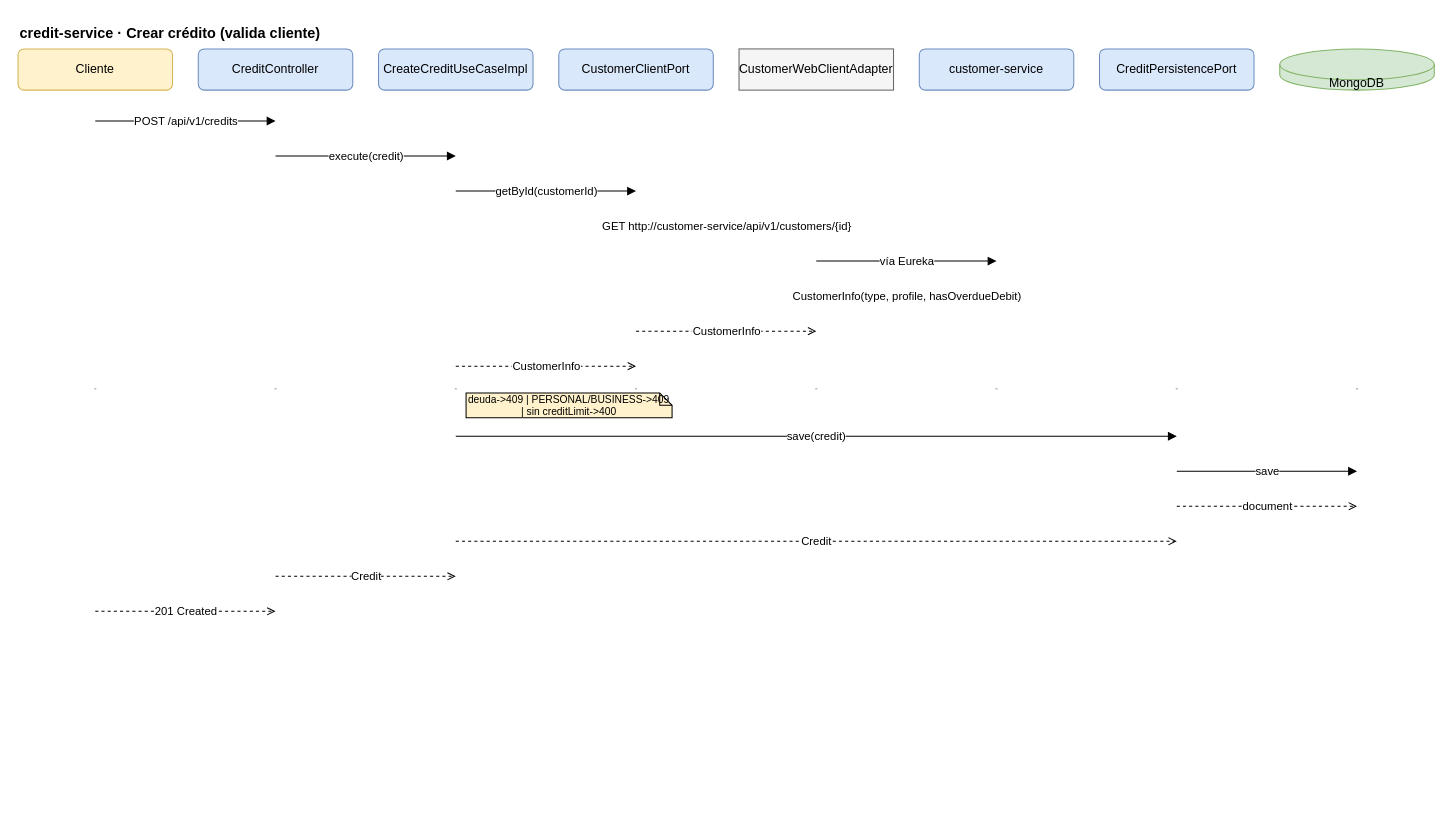
Above: docs/diagrams/drawio/07-credit-crear.drawio in Zairex-Code/financial-core (draw.io), before the change. Source tidied: cells renumbered, new cells numbered last; positions are measured from the earlier drawing's top-left corner, leaving out a move shared by most shapes. Both pictures are drawn from the tidied source at 103%, with x=0, y=0 at pixel (18, 18).
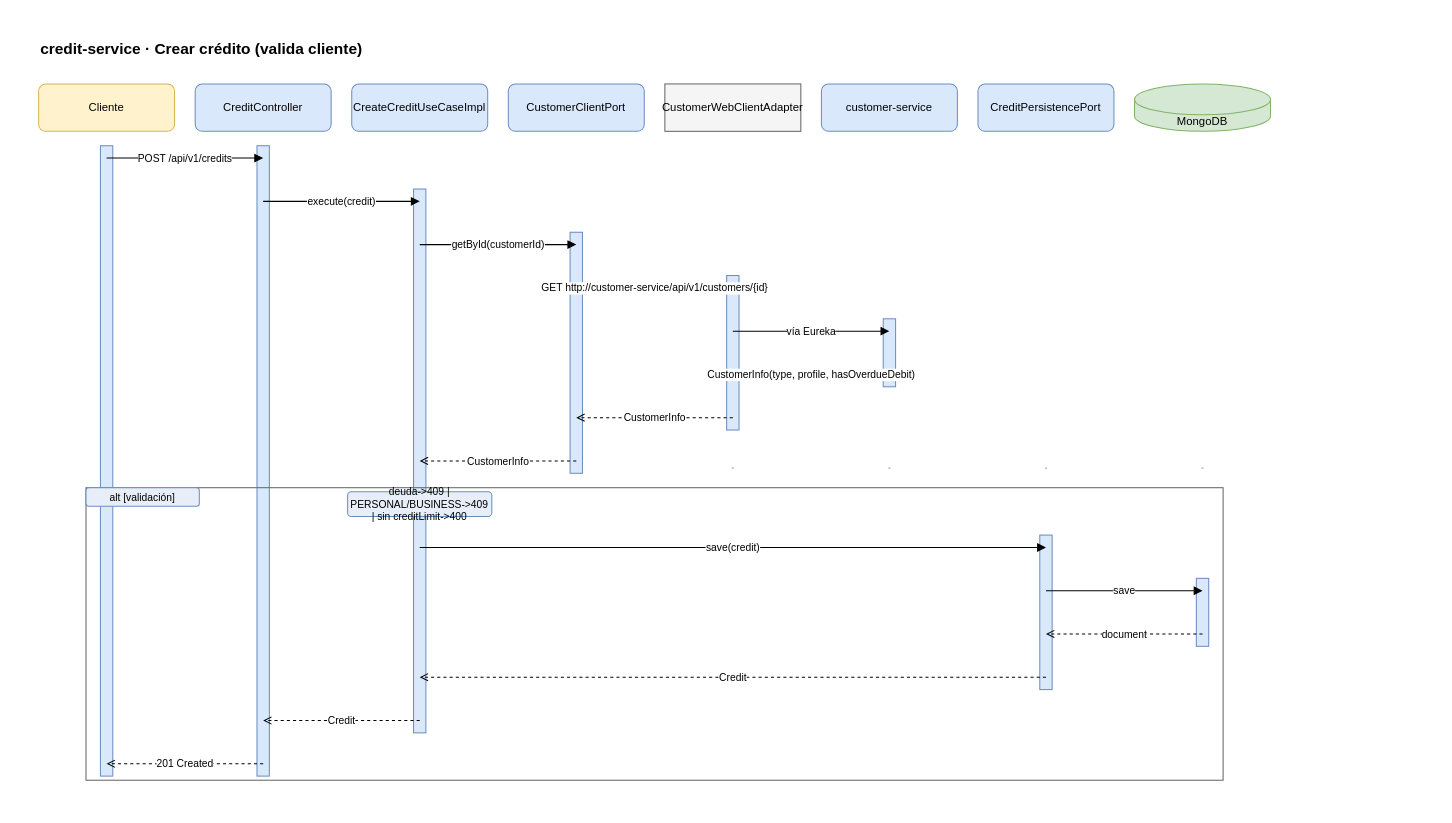
The same diagram, later.

Diff of the diagram source:
```diff
@@
+    <mxCell id="10" value="credit-service · Crear crédito (valida cliente)" style="text;html=1;align=left;fontSize=15;fontStyle=1;" parent="1" vertex="1">
+      <mxGeometry x="20" y="14" width="900" height="24" as="geometry" />
+    </mxCell>
-    <mxCell id="2" value="Cliente" style="rounded=1;whiteSpace=wrap;html=1;fillColor=#fff2cc;strokeColor=#d6b656;fontSize=12;" parent="1" vertex="1">
-      <mxGeometry y="30" width="150" height="40" as="geometry" />
+    <mxCell id="2" value="Cliente" style="rounded=1;whiteSpace=wrap;html=1;fillColor=#fff2cc;strokeColor=#d6b656;fontSize=11;" parent="1" vertex="1">
+      <mxGeometry x="20" y="64" width="132" height="46" as="geometry" />
     </mxCell>
-    <mxCell id="3" value="CreditController" style="rounded=1;whiteSpace=wrap;html=1;fillColor=#dae8fc;strokeColor=#6c8ebf;fontSize=12;" parent="1" vertex="1">
-      <mxGeometry x="175" y="30" width="150" height="40" as="geometry" />
+    <mxCell id="3" value="CreditController" style="rounded=1;whiteSpace=wrap;html=1;fillColor=#dae8fc;strokeColor=#6c8ebf;fontSize=11;fontStyle=0;" parent="1" vertex="1">
+      <mxGeometry x="172" y="64" width="132" height="46" as="geometry" />
     </mxCell>
-    <mxCell id="4" value="CreateCreditUseCaseImpl" style="rounded=1;whiteSpace=wrap;html=1;fillColor=#dae8fc;strokeColor=#6c8ebf;fontSize=12;" parent="1" vertex="1">
-      <mxGeometry x="350" y="30" width="150" height="40" as="geometry" />
+    <mxCell id="4" value="CreateCreditUseCaseImpl" style="rounded=1;whiteSpace=wrap;html=1;fillColor=#dae8fc;strokeColor=#6c8ebf;fontSize=11;fontStyle=0;" parent="1" vertex="1">
+      <mxGeometry x="324" y="64" width="132" height="46" as="geometry" />
     </mxCell>
-    <mxCell id="5" value="CustomerClientPort" style="rounded=1;whiteSpace=wrap;html=1;fillColor=#dae8fc;strokeColor=#6c8ebf;fontSize=12;" parent="1" vertex="1">
-      <mxGeometry x="525" y="30" width="150" height="40" as="geometry" />
+    <mxCell id="5" value="CustomerClientPort" style="rounded=1;whiteSpace=wrap;html=1;fillColor=#dae8fc;strokeColor=#6c8ebf;fontSize=11;fontStyle=0;" parent="1" vertex="1">
+      <mxGeometry x="476" y="64" width="132" height="46" as="geometry" />
     </mxCell>
-    <mxCell id="6" value="CustomerWebClientAdapter" style="whiteSpace=wrap;html=1;fillColor=#f5f5f5;strokeColor=#666666;fontSize=12;" parent="1" vertex="1">
-      <mxGeometry x="700" y="30" width="150" height="40" as="geometry" />
+    <mxCell id="6" value="CustomerWebClientAdapter" style="whiteSpace=wrap;html=1;fillColor=#f5f5f5;strokeColor=#666666;fontSize=11;" parent="1" vertex="1">
+      <mxGeometry x="628" y="64" width="132" height="46" as="geometry" />
     </mxCell>
-    <mxCell id="7" value="customer-service" style="rounded=1;whiteSpace=wrap;html=1;fillColor=#dae8fc;strokeColor=#6c8ebf;fontSize=12;" parent="1" vertex="1">
-      <mxGeometry x="875" y="30" width="150" height="40" as="geometry" />
+    <mxCell id="7" value="customer-service" style="rounded=1;whiteSpace=wrap;html=1;fillColor=#dae8fc;strokeColor=#6c8ebf;fontSize=11;fontStyle=0;" parent="1" vertex="1">
+      <mxGeometry x="780" y="64" width="132" height="46" as="geometry" />
     </mxCell>
-    <mxCell id="8" value="CreditPersistencePort" style="rounded=1;whiteSpace=wrap;html=1;fillColor=#dae8fc;strokeColor=#6c8ebf;fontSize=12;" parent="1" vertex="1">
-      <mxGeometry x="1050" y="30" width="150" height="40" as="geometry" />
+    <mxCell id="8" value="CreditPersistencePort" style="rounded=1;whiteSpace=wrap;html=1;fillColor=#dae8fc;strokeColor=#6c8ebf;fontSize=11;fontStyle=0;" parent="1" vertex="1">
+      <mxGeometry x="932" y="64" width="132" height="46" as="geometry" />
     </mxCell>
-    <mxCell id="9" value="MongoDB" style="shape=cylinder3;whiteSpace=wrap;html=1;fillColor=#d5e8d4;strokeColor=#82b366;boundedLbl=1;backgroundOutline=1;size=15;fontSize=12;" parent="1" vertex="1">
-      <mxGeometry x="1225" y="30" width="150" height="40" as="geometry" />
+    <mxCell id="9" value="MongoDB" style="shape=cylinder3;whiteSpace=wrap;html=1;fillColor=#d5e8d4;strokeColor=#82b366;boundedLbl=1;backgroundOutline=1;size=15;fontSize=11;" parent="1" vertex="1">
+      <mxGeometry x="1084" y="64" width="132" height="46" as="geometry" />
     </mxCell>
-    <mxCell id="10" value="credit-service · Crear crédito (valida cliente)" style="text;html=1;align=left;fontSize=14;fontStyle=1;" parent="1" vertex="1">
-      <mxGeometry width="400" height="20" as="geometry" />
-    </mxCell>
     <mxCell id="11" style="shape=line;strokeColor=#999999;dashed=1;html=1;" parent="1" vertex="1">
-      <mxGeometry x="74" y="70" width="2" height="580" as="geometry" />
+      <mxGeometry x="85" y="110" width="2" height="654" as="geometry" />
     </mxCell>
     <mxCell id="12" style="shape=line;strokeColor=#999999;dashed=1;html=1;" parent="1" vertex="1">
-      <mxGeometry x="249" y="70" width="2" height="580" as="geometry" />
+      <mxGeometry x="237" y="110" width="2" height="654" as="geometry" />
     </mxCell>
     <mxCell id="13" style="shape=line;strokeColor=#999999;dashed=1;html=1;" parent="1" vertex="1">
-      <mxGeometry x="424" y="70" width="2" height="580" as="geometry" />
+      <mxGeometry x="389" y="110" width="2" height="654" as="geometry" />
     </mxCell>
     <mxCell id="14" style="shape=line;strokeColor=#999999;dashed=1;html=1;" parent="1" vertex="1">
-      <mxGeometry x="599" y="70" width="2" height="580" as="geometry" />
+      <mxGeometry x="541" y="110" width="2" height="654" as="geometry" />
     </mxCell>
     <mxCell id="15" style="shape=line;strokeColor=#999999;dashed=1;html=1;" parent="1" vertex="1">
-      <mxGeometry x="774" y="70" width="2" height="580" as="geometry" />
+      <mxGeometry x="693" y="110" width="2" height="654" as="geometry" />
     </mxCell>
     <mxCell id="16" style="shape=line;strokeColor=#999999;dashed=1;html=1;" parent="1" vertex="1">
-      <mxGeometry x="949" y="70" width="2" height="580" as="geometry" />
+      <mxGeometry x="845" y="110" width="2" height="654" as="geometry" />
     </mxCell>
     <mxCell id="17" style="shape=line;strokeColor=#999999;dashed=1;html=1;" parent="1" vertex="1">
-      <mxGeometry x="1124" y="70" width="2" height="580" as="geometry" />
+      <mxGeometry x="997" y="110" width="2" height="654" as="geometry" />
     </mxCell>
     <mxCell id="18" style="shape=line;strokeColor=#999999;dashed=1;html=1;" parent="1" vertex="1">
-      <mxGeometry x="1299" y="70" width="2" height="580" as="geometry" />
+      <mxGeometry x="1149" y="110" width="2" height="654" as="geometry" />
     </mxCell>
-    <mxCell id="19" value="deuda-&gt;409 | PERSONAL/BUSINESS-&gt;409 | sin creditLimit-&gt;400" style="shape=note;whiteSpace=wrap;html=1;backgroundOutline=1;size=12;fillColor=#fff2cc;fontSize=10;" parent="1" vertex="1">
-      <mxGeometry x="435" y="364" width="200" height="24" as="geometry" />
-    </mxCell>
+    <mxCell id="34" style="rounded=0;html=1;fillColor=#dae8fc;strokeColor=#6c8ebf;" parent="1" vertex="1">
+      <mxGeometry x="80" y="124" width="12" height="612" as="geometry" />
+    </mxCell>
+    <mxCell id="35" style="rounded=0;html=1;fillColor=#dae8fc;strokeColor=#6c8ebf;" parent="1" vertex="1">
+      <mxGeometry x="232" y="124" width="12" height="612" as="geometry" />
+    </mxCell>
+    <mxCell id="36" style="rounded=0;html=1;fillColor=#dae8fc;strokeColor=#6c8ebf;" parent="1" vertex="1">
+      <mxGeometry x="384" y="166" width="12" height="528" as="geometry" />
+    </mxCell>
+    <mxCell id="37" style="rounded=0;html=1;fillColor=#dae8fc;strokeColor=#6c8ebf;" parent="1" vertex="1">
+      <mxGeometry x="536" y="208" width="12" height="234" as="geometry" />
+    </mxCell>
+    <mxCell id="38" style="rounded=0;html=1;fillColor=#dae8fc;strokeColor=#6c8ebf;" parent="1" vertex="1">
+      <mxGeometry x="688" y="250" width="12" height="150" as="geometry" />
+    </mxCell>
+    <mxCell id="39" style="rounded=0;html=1;fillColor=#dae8fc;strokeColor=#6c8ebf;" parent="1" vertex="1">
+      <mxGeometry x="840" y="292" width="12" height="66" as="geometry" />
+    </mxCell>
+    <mxCell id="40" style="rounded=0;html=1;fillColor=#dae8fc;strokeColor=#6c8ebf;" parent="1" vertex="1">
+      <mxGeometry x="992" y="502" width="12" height="150" as="geometry" />
+    </mxCell>
+    <mxCell id="41" style="rounded=0;html=1;fillColor=#dae8fc;strokeColor=#6c8ebf;" parent="1" vertex="1">
+      <mxGeometry x="1144" y="544" width="12" height="66" as="geometry" />
+    </mxCell>
+    <mxCell id="42" style="rounded=0;whiteSpace=wrap;html=1;fillColor=none;strokeColor=#666666;fontSize=10;verticalAlign=top;" parent="1" vertex="1">
+      <mxGeometry x="66" y="456" width="1104" height="284" as="geometry" />
+    </mxCell>
+    <mxCell id="43" value="alt [validación]" style="rounded=1;whiteSpace=wrap;html=1;fillColor=#e8eef7;strokeColor=#6c8ebf;fontSize=10;" parent="1" vertex="1">
+      <mxGeometry x="66" y="456" width="110" height="18" as="geometry" />
+    </mxCell>
-    <mxCell id="20" value="POST /api/v1/credits" style="edgeStyle=orthogonalEdgeStyle;rounded=0;html=1;endArrow=block;fontSize=11;" parent="1" edge="1">
+    <mxCell id="20" value="POST /api/v1/credits" style="edgeStyle=orthogonalEdgeStyle;rounded=0;html=1;endArrow=block;fontSize=10;labelBackgroundColor=#ffffff;" parent="1" edge="1">
       <mxGeometry relative="1" as="geometry">
-        <mxPoint x="75" y="100" as="sourcePoint" />
-        <mxPoint x="250" y="100" as="targetPoint" />
+        <mxPoint x="86" y="136" as="sourcePoint" />
+        <mxPoint x="238" y="136" as="targetPoint" />
       </mxGeometry>
     </mxCell>
-    <mxCell id="21" value="execute(credit)" style="edgeStyle=orthogonalEdgeStyle;rounded=0;html=1;endArrow=block;fontSize=11;" parent="1" edge="1">
+    <mxCell id="21" value="execute(credit)" style="edgeStyle=orthogonalEdgeStyle;rounded=0;html=1;endArrow=block;fontSize=10;labelBackgroundColor=#ffffff;" parent="1" edge="1">
       <mxGeometry relative="1" as="geometry">
-        <mxPoint x="250" y="134" as="sourcePoint" />
-        <mxPoint x="425" y="134" as="targetPoint" />
+        <mxPoint x="238" y="178" as="sourcePoint" />
+        <mxPoint x="390" y="178" as="targetPoint" />
       </mxGeometry>
     </mxCell>
-    <mxCell id="22" value="getById(customerId)" style="edgeStyle=orthogonalEdgeStyle;rounded=0;html=1;endArrow=block;fontSize=11;" parent="1" edge="1">
+    <mxCell id="22" value="getById(customerId)" style="edgeStyle=orthogonalEdgeStyle;rounded=0;html=1;endArrow=block;fontSize=10;labelBackgroundColor=#ffffff;" parent="1" edge="1">
       <mxGeometry relative="1" as="geometry">
-        <mxPoint x="425" y="168" as="sourcePoint" />
-        <mxPoint x="600" y="168" as="targetPoint" />
+        <mxPoint x="390" y="220" as="sourcePoint" />
+        <mxPoint x="542" y="220" as="targetPoint" />
       </mxGeometry>
     </mxCell>
-    <mxCell id="23" value="GET http://customer-service/api/v1/customers/{id}" style="edgeStyle=orthogonalEdgeStyle;rounded=0;html=1;endArrow=block;fontSize=11;" parent="1" edge="1">
+    <mxCell id="23" value="GET http://customer-service/api/v1/customers/{id}" style="edgeStyle=orthogonalEdgeStyle;rounded=0;html=1;endArrow=block;fontSize=10;labelBackgroundColor=#ffffff;" parent="1" edge="1">
       <mxGeometry relative="1" as="geometry">
-        <mxPoint x="600" y="202" as="sourcePoint" />
-        <mxPoint x="775" y="202" as="targetPoint" />
+        <mxPoint x="542" y="262" as="sourcePoint" />
+        <mxPoint x="694" y="262" as="targetPoint" />
       </mxGeometry>
     </mxCell>
-    <mxCell id="24" value="vía Eureka" style="edgeStyle=orthogonalEdgeStyle;rounded=0;html=1;endArrow=block;fontSize=11;" parent="1" edge="1">
+    <mxCell id="24" value="vía Eureka" style="edgeStyle=orthogonalEdgeStyle;rounded=0;html=1;endArrow=block;fontSize=10;labelBackgroundColor=#ffffff;" parent="1" edge="1">
       <mxGeometry relative="1" as="geometry">
-        <mxPoint x="775" y="236" as="sourcePoint" />
-        <mxPoint x="950" y="236" as="targetPoint" />
+        <mxPoint x="694" y="304" as="sourcePoint" />
+        <mxPoint x="846" y="304" as="targetPoint" />
       </mxGeometry>
     </mxCell>
-    <mxCell id="25" value="CustomerInfo(type, profile, hasOverdueDebit)" style="edgeStyle=orthogonalEdgeStyle;rounded=0;html=1;dashed=1;endArrow=open;fontSize=11;" parent="1" edge="1">
+    <mxCell id="25" value="CustomerInfo(type, profile, hasOverdueDebit)" style="edgeStyle=orthogonalEdgeStyle;rounded=0;html=1;dashed=1;endArrow=open;fontSize=10;labelBackgroundColor=#ffffff;" parent="1" edge="1">
       <mxGeometry relative="1" as="geometry">
-        <mxPoint x="775" y="270" as="sourcePoint" />
-        <mxPoint x="950" y="270" as="targetPoint" />
+        <mxPoint x="846" y="346" as="sourcePoint" />
+        <mxPoint x="694" y="346" as="targetPoint" />
       </mxGeometry>
     </mxCell>
-    <mxCell id="26" value="CustomerInfo" style="edgeStyle=orthogonalEdgeStyle;rounded=0;html=1;dashed=1;endArrow=open;fontSize=11;" parent="1" edge="1">
+    <mxCell id="26" value="CustomerInfo" style="edgeStyle=orthogonalEdgeStyle;rounded=0;html=1;dashed=1;endArrow=open;fontSize=10;labelBackgroundColor=#ffffff;" parent="1" edge="1">
       <mxGeometry relative="1" as="geometry">
-        <mxPoint x="600" y="304" as="sourcePoint" />
-        <mxPoint x="775" y="304" as="targetPoint" />
+        <mxPoint x="694" y="388" as="sourcePoint" />
+        <mxPoint x="542" y="388" as="targetPoint" />
       </mxGeometry>
     </mxCell>
-    <mxCell id="27" value="CustomerInfo" style="edgeStyle=orthogonalEdgeStyle;rounded=0;html=1;dashed=1;endArrow=open;fontSize=11;" parent="1" edge="1">
+    <mxCell id="27" value="CustomerInfo" style="edgeStyle=orthogonalEdgeStyle;rounded=0;html=1;dashed=1;endArrow=open;fontSize=10;labelBackgroundColor=#ffffff;" parent="1" edge="1">
       <mxGeometry relative="1" as="geometry">
-        <mxPoint x="425" y="338" as="sourcePoint" />
-        <mxPoint x="600" y="338" as="targetPoint" />
+        <mxPoint x="542" y="430" as="sourcePoint" />
+        <mxPoint x="390" y="430" as="targetPoint" />
       </mxGeometry>
     </mxCell>
+    <mxCell id="19" value="deuda-&gt;409 | PERSONAL/BUSINESS-&gt;409 | sin creditLimit-&gt;400" style="rounded=1;whiteSpace=wrap;html=1;fillColor=#e8eef7;strokeColor=#6c8ebf;fontSize=10;" parent="1" vertex="1">
+      <mxGeometry x="320" y="460" width="140" height="24" as="geometry" />
+    </mxCell>
-    <mxCell id="28" value="save(credit)" style="edgeStyle=orthogonalEdgeStyle;rounded=0;html=1;endArrow=block;fontSize=11;" parent="1" edge="1">
+    <mxCell id="28" value="save(credit)" style="edgeStyle=orthogonalEdgeStyle;rounded=0;html=1;endArrow=block;fontSize=10;labelBackgroundColor=#ffffff;" parent="1" edge="1">
       <mxGeometry relative="1" as="geometry">
-        <mxPoint x="425" y="406" as="sourcePoint" />
-        <mxPoint x="1125" y="406" as="targetPoint" />
+        <mxPoint x="390" y="514" as="sourcePoint" />
+        <mxPoint x="998" y="514" as="targetPoint" />
       </mxGeometry>
     </mxCell>
-    <mxCell id="29" value="save" style="edgeStyle=orthogonalEdgeStyle;rounded=0;html=1;endArrow=block;fontSize=11;" parent="1" edge="1">
+    <mxCell id="29" value="save" style="edgeStyle=orthogonalEdgeStyle;rounded=0;html=1;endArrow=block;fontSize=10;labelBackgroundColor=#ffffff;" parent="1" edge="1">
       <mxGeometry relative="1" as="geometry">
-        <mxPoint x="1125" y="440" as="sourcePoint" />
-        <mxPoint x="1300" y="440" as="targetPoint" />
+        <mxPoint x="998" y="556" as="sourcePoint" />
+        <mxPoint x="1150" y="556" as="targetPoint" />
       </mxGeometry>
     </mxCell>
-    <mxCell id="30" value="document" style="edgeStyle=orthogonalEdgeStyle;rounded=0;html=1;dashed=1;endArrow=open;fontSize=11;" parent="1" edge="1">
+    <mxCell id="30" value="document" style="edgeStyle=orthogonalEdgeStyle;rounded=0;html=1;dashed=1;endArrow=open;fontSize=10;labelBackgroundColor=#ffffff;" parent="1" edge="1">
       <mxGeometry relative="1" as="geometry">
-        <mxPoint x="1125" y="474" as="sourcePoint" />
-        <mxPoint x="1300" y="474" as="targetPoint" />
+        <mxPoint x="1150" y="598" as="sourcePoint" />
+        <mxPoint x="998" y="598" as="targetPoint" />
       </mxGeometry>
     </mxCell>
-    <mxCell id="31" value="Credit" style="edgeStyle=orthogonalEdgeStyle;rounded=0;html=1;dashed=1;endArrow=open;fontSize=11;" parent="1" edge="1">
+    <mxCell id="31" value="Credit" style="edgeStyle=orthogonalEdgeStyle;rounded=0;html=1;dashed=1;endArrow=open;fontSize=10;labelBackgroundColor=#ffffff;" parent="1" edge="1">
       <mxGeometry relative="1" as="geometry">
-        <mxPoint x="425" y="508" as="sourcePoint" />
-        <mxPoint x="1125" y="508" as="targetPoint" />
+        <mxPoint x="998" y="640" as="sourcePoint" />
+        <mxPoint x="390" y="640" as="targetPoint" />
       </mxGeometry>
     </mxCell>
-    <mxCell id="32" value="Credit" style="edgeStyle=orthogonalEdgeStyle;rounded=0;html=1;dashed=1;endArrow=open;fontSize=11;" parent="1" edge="1">
+    <mxCell id="32" value="Credit" style="edgeStyle=orthogonalEdgeStyle;rounded=0;html=1;dashed=1;endArrow=open;fontSize=10;labelBackgroundColor=#ffffff;" parent="1" edge="1">
       <mxGeometry relative="1" as="geometry">
-        <mxPoint x="250" y="542" as="sourcePoint" />
-        <mxPoint x="425" y="542" as="targetPoint" />
+        <mxPoint x="390" y="682" as="sourcePoint" />
+        <mxPoint x="238" y="682" as="targetPoint" />
       </mxGeometry>
     </mxCell>
-    <mxCell id="33" value="201 Created" style="edgeStyle=orthogonalEdgeStyle;rounded=0;html=1;dashed=1;endArrow=open;fontSize=11;" parent="1" edge="1">
+    <mxCell id="33" value="201 Created" style="edgeStyle=orthogonalEdgeStyle;rounded=0;html=1;dashed=1;endArrow=open;fontSize=10;labelBackgroundColor=#ffffff;" parent="1" edge="1">
       <mxGeometry relative="1" as="geometry">
-        <mxPoint x="75" y="576" as="sourcePoint" />
-        <mxPoint x="250" y="576" as="targetPoint" />
+        <mxPoint x="238" y="724" as="sourcePoint" />
+        <mxPoint x="86" y="724" as="targetPoint" />
       </mxGeometry>
     </mxCell>
```
